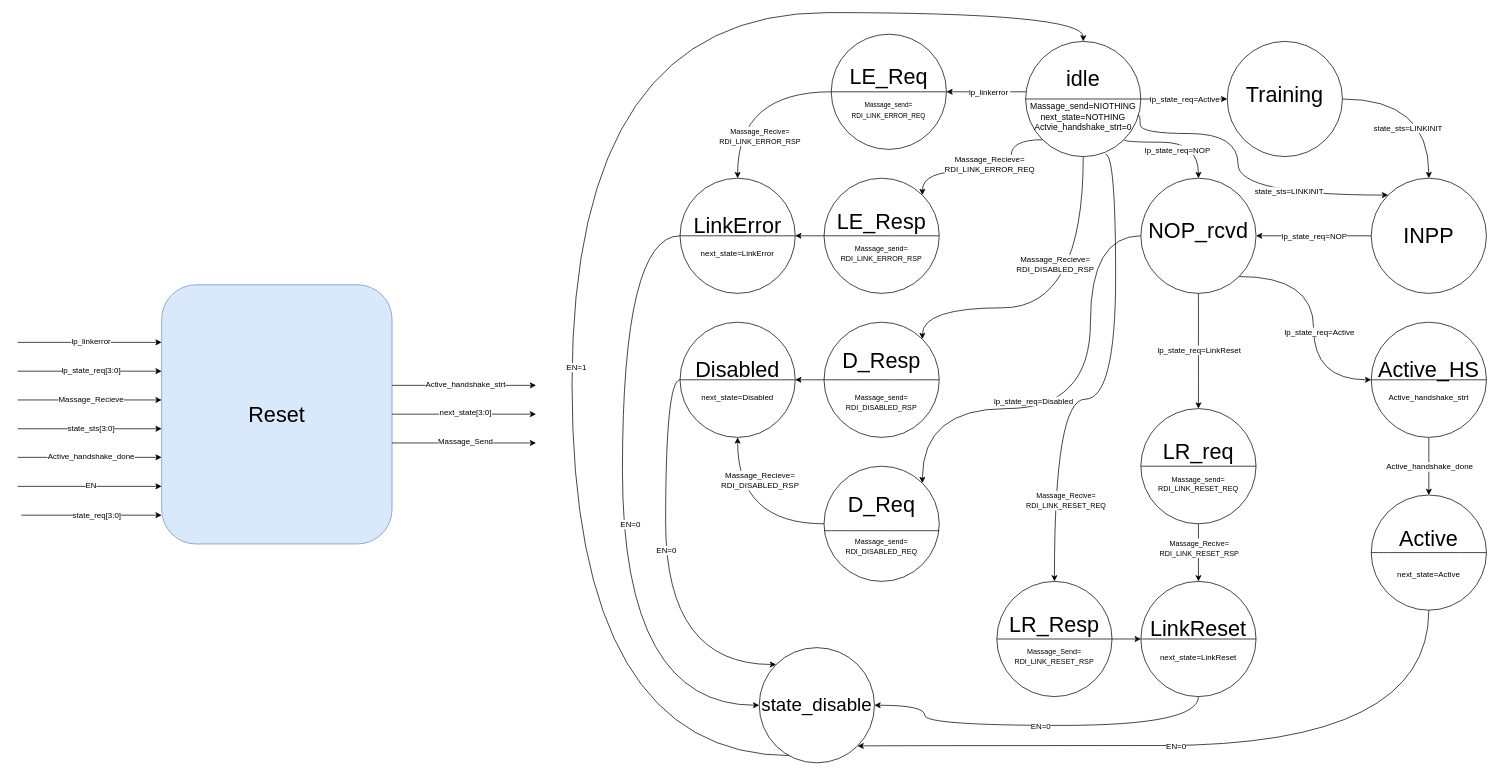
The draw.io diagram page "Reset state" (12 of 20) of docs/SM/RDI_SM/RDI SM.drawio in AbdallahMoSalah/UCIe-3.0-PHY-layer, before the edit. Source tidied: cells renumbered, new cells numbered last; positions are measured from the earlier drawing's top-left corner, leaving out a move shared by most shapes. Both pictures are drawn from the tidied source at 72%, with x=0, y=0 at pixel (17, 12).
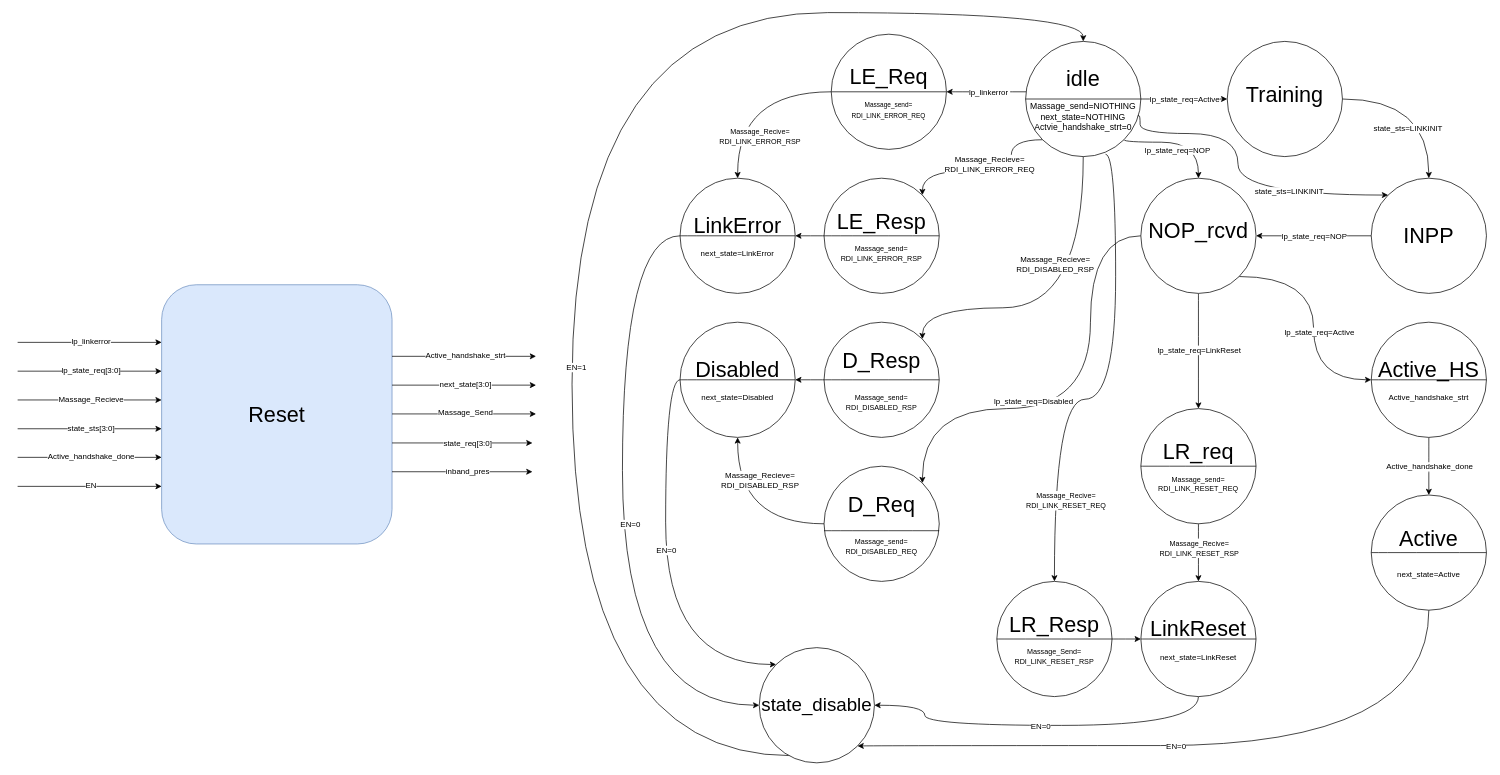
Above is the later version.

What changed in the source:
```diff
@@
     <mxCell id="83" style="endArrow=classic;html=1;rounded=0;" parent="1" edge="1">
       <mxGeometry relative="1" as="geometry">
-        <mxPoint x="520" y="517.7" as="sourcePoint" />
-        <mxPoint x="720" y="517.7" as="targetPoint" />
+        <mxPoint x="520" y="477.4" as="sourcePoint" />
+        <mxPoint x="720" y="477.4" as="targetPoint" />
       </mxGeometry>
     </mxCell>
@@
     <mxCell id="89" style="endArrow=classic;html=1;rounded=0;" parent="1" edge="1">
       <mxGeometry relative="1" as="geometry">
-        <mxPoint x="520" y="557.7" as="sourcePoint" />
-        <mxPoint x="720" y="557.7" as="targetPoint" />
+        <mxPoint x="520" y="517.4" as="sourcePoint" />
+        <mxPoint x="720" y="517.4" as="targetPoint" />
       </mxGeometry>
     </mxCell>
@@
     <mxCell id="91" style="endArrow=classic;html=1;rounded=0;" parent="1" edge="1">
       <mxGeometry relative="1" as="geometry">
-        <mxPoint x="520" y="597.7" as="sourcePoint" />
-        <mxPoint x="720" y="597.7" as="targetPoint" />
+        <mxPoint x="520" y="557.4" as="sourcePoint" />
+        <mxPoint x="720" y="557.4" as="targetPoint" />
       </mxGeometry>
     </mxCell>
@@
     <mxCell id="95" style="endArrow=classic;html=1;rounded=0;strokeColor=default;align=center;verticalAlign=middle;fontFamily=Helvetica;fontSize=11;fontColor=default;labelBackgroundColor=default;" parent="1" edge="1">
       <mxGeometry relative="1" as="geometry">
-        <mxPoint x="5" y="698" as="sourcePoint" />
-        <mxPoint x="200" y="698" as="targetPoint" />
+        <mxPoint x="520" y="597.7" as="sourcePoint" />
+        <mxPoint x="715" y="597.7" as="targetPoint" />
       </mxGeometry>
     </mxCell>
@@
+    <mxCell id="97" style="endArrow=classic;html=1;rounded=0;strokeColor=default;align=center;verticalAlign=middle;fontFamily=Helvetica;fontSize=11;fontColor=default;labelBackgroundColor=default;" parent="1" edge="1">
+      <mxGeometry relative="1" as="geometry">
+        <mxPoint x="520" y="637.7" as="sourcePoint" />
+        <mxPoint x="715" y="637.7" as="targetPoint" />
+      </mxGeometry>
+    </mxCell>
+    <mxCell id="98" value="inband_pres" style="edgeLabel;html=1;align=center;verticalAlign=middle;fontFamily=Helvetica;fontSize=11;fontColor=default;labelBackgroundColor=default;" parent="97" vertex="1">
+      <mxGeometry x="0.07" y="-4" relative="1" as="geometry">
+        <mxPoint y="-4" as="offset" />
+      </mxGeometry>
+    </mxCell>
```
